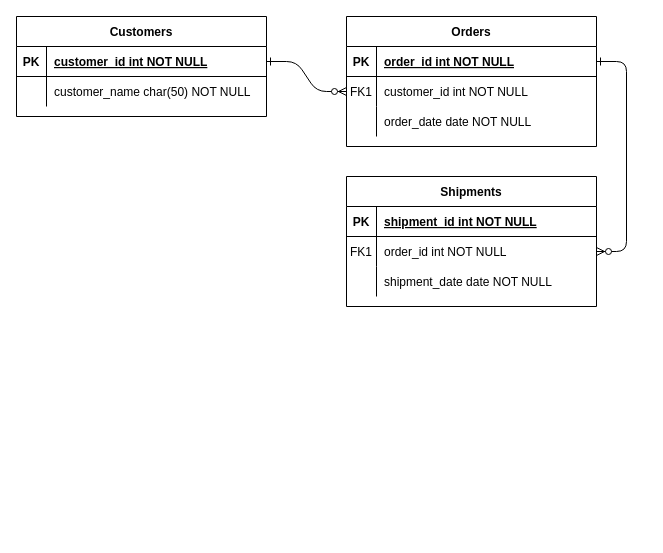
Before: Teacher-app/Untitled Diagram.drawio in NormalikaShandi/IF215007-IF215008, a draw.io diagram. Source tidied: cells renumbered, new cells numbered last; positions are measured from the earlier drawing's top-left corner, leaving out a move shared by most shapes. Both pictures are drawn from the tidied source at 100%, with x=0, y=0 at pixel (16, 16).
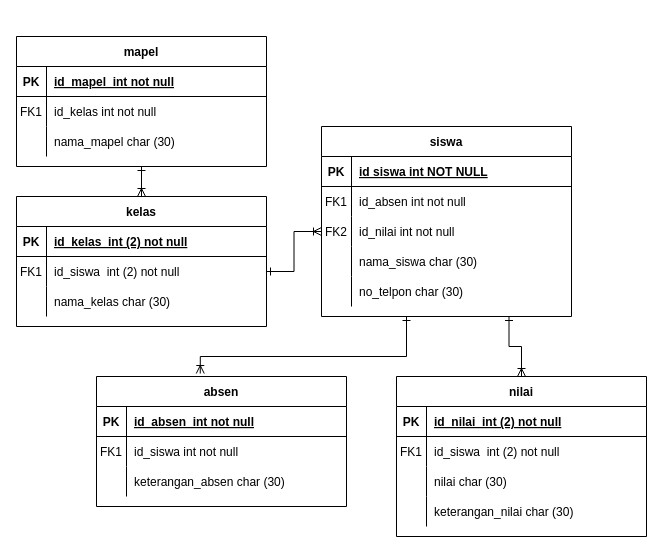
Above is the later version.

The change refers to these unchanged cells:
```xml
<mxCell id="5" style="shape=partialRectangle;fillColor=none;points=[[0,0.5],[1,0.5]];portConstraint=eastwest;top=0;left=0;right=0;bottom=1;" parent="4" vertex="1">
  <mxGeometry y="30" width="250" height="30" as="geometry" />
</mxCell>
<mxCell id="8" style="shape=partialRectangle;fillColor=none;points=[[0,0.5],[1,0.5]];portConstraint=eastwest;top=0;left=0;right=0;bottom=0;" parent="4" vertex="1">
  <mxGeometry y="60" width="250" height="30" as="geometry" />
</mxCell>
<mxCell id="11" style="shape=partialRectangle;fillColor=none;points=[[0,0.5],[1,0.5]];portConstraint=eastwest;top=0;left=0;right=0;bottom=0;" parent="4" vertex="1">
  <mxGeometry y="90" width="250" height="30" as="geometry" />
</mxCell>
<mxCell id="25" style="shape=partialRectangle;fillColor=none;points=[[0,0.5],[1,0.5]];portConstraint=eastwest;top=0;left=0;right=0;bottom=1;" parent="24" vertex="1">
  <mxGeometry y="30" width="250" height="30" as="geometry" />
</mxCell>
<mxCell id="28" style="shape=partialRectangle;fillColor=none;top=0;left=0;right=0;bottom=0;" parent="24" vertex="1">
  <mxGeometry y="60" width="250" height="30" as="geometry" />
</mxCell>
```

The edit, as a diff of the source:
```diff
@@
-    <mxCell id="2" style="edgeStyle=entityRelationEdgeStyle;endArrow=ERzeroToMany;startArrow=ERone;endFill=1;startFill=0;" parent="1" edge="1" source="25" target="8">
-      <mxGeometry relative="1" as="geometry" />
-    </mxCell>
-    <mxCell id="3" style="edgeStyle=entityRelationEdgeStyle;endArrow=ERzeroToMany;startArrow=ERone;endFill=1;startFill=0;" parent="1" edge="1" source="5" target="18">
-      <mxGeometry relative="1" as="geometry" />
-    </mxCell>
+    <mxCell id="31" style="edgeStyle=orthogonalEdgeStyle;rounded=0;jettySize=auto;html=1;exitX=0.75;exitY=1;exitDx=0;exitDy=0;entryX=0.5;entryY=0;entryDx=0;entryDy=0;startArrow=ERone;startFill=0;endArrow=ERoneToMany;endFill=0;" parent="1" edge="1" source="4" target="63">
+      <mxGeometry relative="1" as="geometry" />
+    </mxCell>
-    <mxCell id="4" value="Orders" style="shape=table;startSize=30;childLayout=tableLayout;rowLines=0;fontStyle=1;align=center;" parent="1" vertex="1">
-      <mxGeometry x="330" width="250" height="130" as="geometry" />
+    <mxCell id="4" value="siswa" style="shape=table;startSize=30;childLayout=tableLayout;rowLines=0;fontStyle=1;align=center;" parent="1" vertex="1">
+      <mxGeometry x="305" y="110" width="250" height="190" as="geometry" />
     </mxCell>
@@
-    <mxCell id="7" value="order_id int NOT NULL " style="shape=partialRectangle;overflow=hidden;fillColor=none;top=0;left=0;bottom=0;right=0;align=left;spacingLeft=6;fontStyle=5;" parent="5" vertex="1">
+    <mxCell id="7" value="id siswa int NOT NULL " style="shape=partialRectangle;overflow=hidden;fillColor=none;top=0;left=0;bottom=0;right=0;align=left;spacingLeft=6;fontStyle=5;" parent="5" vertex="1">
       <mxGeometry x="30" width="220" height="30" as="geometry" />
     </mxCell>
@@
-    <mxCell id="10" value="customer_id int NOT NULL" style="shape=partialRectangle;overflow=hidden;fillColor=none;top=0;left=0;bottom=0;right=0;align=left;spacingLeft=6;" parent="8" vertex="1">
+    <mxCell id="10" value="id_absen int not null" style="shape=partialRectangle;overflow=hidden;fillColor=none;top=0;left=0;bottom=0;right=0;align=left;spacingLeft=6;" parent="8" vertex="1">
       <mxGeometry x="30" width="220" height="30" as="geometry" />
     </mxCell>
@@
-    <mxCell id="12" style="shape=partialRectangle;overflow=hidden;fillColor=none;top=0;left=0;bottom=0;right=0;" parent="11" vertex="1">
+    <mxCell id="12" value="FK2" style="shape=partialRectangle;overflow=hidden;fillColor=none;top=0;left=0;bottom=0;right=0;" parent="11" vertex="1">
       <mxGeometry width="30" height="30" as="geometry" />
     </mxCell>
-    <mxCell id="13" value="order_date date NOT NULL" style="shape=partialRectangle;overflow=hidden;fillColor=none;top=0;left=0;bottom=0;right=0;align=left;spacingLeft=6;" parent="11" vertex="1">
+    <mxCell id="13" value="id_nilai int not null" style="shape=partialRectangle;overflow=hidden;fillColor=none;top=0;left=0;bottom=0;right=0;align=left;spacingLeft=6;" parent="11" vertex="1">
       <mxGeometry x="30" width="220" height="30" as="geometry" />
     </mxCell>
-    <mxCell id="14" value="Shipments" style="shape=table;startSize=30;childLayout=tableLayout;rowLines=0;fontStyle=1;align=center;" parent="1" vertex="1">
-      <mxGeometry x="330" y="160" width="250" height="130" as="geometry" />
-    </mxCell>
-    <mxCell id="15" style="shape=partialRectangle;fillColor=none;top=0;left=0;right=0;bottom=1;" parent="14" vertex="1">
-      <mxGeometry y="30" width="250" height="30" as="geometry" />
-    </mxCell>
-    <mxCell id="16" value="PK" style="shape=partialRectangle;overflow=hidden;fillColor=none;top=0;left=0;bottom=0;right=0;fontStyle=1;" parent="15" vertex="1">
-      <mxGeometry width="30" height="30" as="geometry" />
-    </mxCell>
-    <mxCell id="17" value="shipment_id int NOT NULL " style="shape=partialRectangle;overflow=hidden;fillColor=none;top=0;left=0;bottom=0;right=0;align=left;spacingLeft=6;fontStyle=5;" parent="15" vertex="1">
-      <mxGeometry x="30" width="220" height="30" as="geometry" />
-    </mxCell>
-    <mxCell id="18" style="shape=partialRectangle;fillColor=none;points=[[0,0.5],[1,0.5]];portConstraint=eastwest;top=0;left=0;right=0;bottom=0;" parent="14" vertex="1">
-      <mxGeometry y="60" width="250" height="30" as="geometry" />
-    </mxCell>
-    <mxCell id="19" value="FK1" style="shape=partialRectangle;overflow=hidden;fillColor=none;top=0;left=0;bottom=0;right=0;" parent="18" vertex="1">
-      <mxGeometry width="30" height="30" as="geometry" />
-    </mxCell>
-    <mxCell id="20" value="order_id int NOT NULL" style="shape=partialRectangle;overflow=hidden;fillColor=none;top=0;left=0;bottom=0;right=0;align=left;spacingLeft=6;" parent="18" vertex="1">
-      <mxGeometry x="30" width="220" height="30" as="geometry" />
-    </mxCell>
-    <mxCell id="21" style="shape=partialRectangle;fillColor=none;top=0;left=0;right=0;bottom=0;" parent="14" vertex="1">
-      <mxGeometry y="90" width="250" height="30" as="geometry" />
-    </mxCell>
-    <mxCell id="22" style="shape=partialRectangle;overflow=hidden;fillColor=none;top=0;left=0;bottom=0;right=0;" parent="21" vertex="1">
-      <mxGeometry width="30" height="30" as="geometry" />
-    </mxCell>
-    <mxCell id="23" value="shipment_date date NOT NULL" style="shape=partialRectangle;overflow=hidden;fillColor=none;top=0;left=0;bottom=0;right=0;align=left;spacingLeft=6;" parent="21" vertex="1">
-      <mxGeometry x="30" width="220" height="30" as="geometry" />
-    </mxCell>
+    <mxCell id="32" style="shape=partialRectangle;fillColor=none;top=0;left=0;right=0;bottom=0;" parent="4" vertex="1">
+      <mxGeometry y="120" width="250" height="30" as="geometry" />
+    </mxCell>
+    <mxCell id="33" style="shape=partialRectangle;overflow=hidden;fillColor=none;top=0;left=0;bottom=0;right=0;" parent="32" vertex="1">
+      <mxGeometry width="30" height="30" as="geometry" />
+    </mxCell>
+    <mxCell id="34" value="nama_siswa char (30)" style="shape=partialRectangle;overflow=hidden;fillColor=none;top=0;left=0;bottom=0;right=0;align=left;spacingLeft=6;" parent="32" vertex="1">
+      <mxGeometry x="30" width="220" height="30" as="geometry" />
+    </mxCell>
+    <mxCell id="35" style="shape=partialRectangle;fillColor=none;top=0;left=0;right=0;bottom=0;" parent="4" vertex="1">
+      <mxGeometry y="150" width="250" height="30" as="geometry" />
+    </mxCell>
+    <mxCell id="36" style="shape=partialRectangle;overflow=hidden;fillColor=none;top=0;left=0;bottom=0;right=0;" parent="35" vertex="1">
+      <mxGeometry width="30" height="30" as="geometry" />
+    </mxCell>
+    <mxCell id="37" value="no_telpon char (30)" style="shape=partialRectangle;overflow=hidden;fillColor=none;top=0;left=0;bottom=0;right=0;align=left;spacingLeft=6;" parent="35" vertex="1">
+      <mxGeometry x="30" width="220" height="30" as="geometry" />
+    </mxCell>
+    <mxCell id="38" style="edgeStyle=orthogonalEdgeStyle;rounded=0;jettySize=auto;html=1;endArrow=ERoneToMany;endFill=0;startArrow=ERone;startFill=0;" parent="1" edge="1" source="24" target="42">
+      <mxGeometry relative="1" as="geometry" />
+    </mxCell>
-    <mxCell id="24" value="Customers" style="shape=table;startSize=30;childLayout=tableLayout;rowLines=0;fontStyle=1;align=center;" parent="1" vertex="1">
-      <mxGeometry width="250" height="100" as="geometry" />
+    <mxCell id="24" value="mapel" style="shape=table;startSize=30;childLayout=tableLayout;rowLines=0;fontStyle=1;align=center;" parent="1" vertex="1">
+      <mxGeometry y="20" width="250" height="130" as="geometry" />
     </mxCell>
@@
-    <mxCell id="27" value="customer_id int NOT NULL " style="shape=partialRectangle;overflow=hidden;fillColor=none;top=0;left=0;bottom=0;right=0;align=left;spacingLeft=6;fontStyle=5;" parent="25" vertex="1">
+    <mxCell id="27" value="id_mapel  int not null" style="shape=partialRectangle;overflow=hidden;fillColor=none;top=0;left=0;bottom=0;right=0;align=left;spacingLeft=6;fontStyle=5;" parent="25" vertex="1">
       <mxGeometry x="30" width="220" height="30" as="geometry" />
     </mxCell>
@@
-    <mxCell id="29" style="shape=partialRectangle;overflow=hidden;fillColor=none;top=0;left=0;bottom=0;right=0;" parent="28" vertex="1">
+    <mxCell id="29" value="FK1" style="shape=partialRectangle;overflow=hidden;fillColor=none;top=0;left=0;bottom=0;right=0;" parent="28" vertex="1">
       <mxGeometry width="30" height="30" as="geometry" />
     </mxCell>
-    <mxCell id="30" value="customer_name char(50) NOT NULL" style="shape=partialRectangle;overflow=hidden;fillColor=none;top=0;left=0;bottom=0;right=0;align=left;spacingLeft=6;" parent="28" vertex="1">
+    <mxCell id="30" value="id_kelas int not null" style="shape=partialRectangle;overflow=hidden;fillColor=none;top=0;left=0;bottom=0;right=0;align=left;spacingLeft=6;" parent="28" vertex="1">
       <mxGeometry x="30" width="220" height="30" as="geometry" />
     </mxCell>
+    <mxCell id="39" style="shape=partialRectangle;fillColor=none;top=0;left=0;right=0;bottom=0;" parent="24" vertex="1">
+      <mxGeometry y="90" width="250" height="30" as="geometry" />
+    </mxCell>
+    <mxCell id="40" style="shape=partialRectangle;overflow=hidden;fillColor=none;top=0;left=0;bottom=0;right=0;" parent="39" vertex="1">
+      <mxGeometry width="30" height="30" as="geometry" />
+    </mxCell>
+    <mxCell id="41" value="nama_mapel char (30)" style="shape=partialRectangle;overflow=hidden;fillColor=none;top=0;left=0;bottom=0;right=0;align=left;spacingLeft=6;" parent="39" vertex="1">
+      <mxGeometry x="30" width="220" height="30" as="geometry" />
+    </mxCell>
+    <mxCell id="42" value="kelas" style="shape=table;startSize=30;childLayout=tableLayout;rowLines=0;fontStyle=1;align=center;" parent="1" vertex="1">
+      <mxGeometry y="180" width="250" height="130" as="geometry" />
+    </mxCell>
+    <mxCell id="43" style="shape=partialRectangle;fillColor=none;top=0;left=0;right=0;bottom=1;" parent="42" vertex="1">
+      <mxGeometry y="30" width="250" height="30" as="geometry" />
+    </mxCell>
+    <mxCell id="44" value="PK" style="shape=partialRectangle;overflow=hidden;fillColor=none;top=0;left=0;bottom=0;right=0;fontStyle=1;" parent="43" vertex="1">
+      <mxGeometry width="30" height="30" as="geometry" />
+    </mxCell>
+    <mxCell id="45" value="id_kelas  int (2) not null" style="shape=partialRectangle;overflow=hidden;fillColor=none;top=0;left=0;bottom=0;right=0;align=left;spacingLeft=6;fontStyle=5;" parent="43" vertex="1">
+      <mxGeometry x="30" width="220" height="30" as="geometry" />
+    </mxCell>
+    <mxCell id="46" style="shape=partialRectangle;fillColor=none;points=[[0,0.5],[1,0.5]];portConstraint=eastwest;top=0;left=0;right=0;bottom=0;" parent="42" vertex="1">
+      <mxGeometry y="60" width="250" height="30" as="geometry" />
+    </mxCell>
+    <mxCell id="47" value="FK1" style="shape=partialRectangle;overflow=hidden;fillColor=none;top=0;left=0;bottom=0;right=0;" parent="46" vertex="1">
+      <mxGeometry width="30" height="30" as="geometry" />
+    </mxCell>
+    <mxCell id="48" value="id_siswa  int (2) not null" style="shape=partialRectangle;overflow=hidden;fillColor=none;top=0;left=0;bottom=0;right=0;align=left;spacingLeft=6;" parent="46" vertex="1">
+      <mxGeometry x="30" width="220" height="30" as="geometry" />
+    </mxCell>
+    <mxCell id="49" style="shape=partialRectangle;fillColor=none;top=0;left=0;right=0;bottom=0;" parent="42" vertex="1">
+      <mxGeometry y="90" width="250" height="30" as="geometry" />
+    </mxCell>
+    <mxCell id="50" style="shape=partialRectangle;overflow=hidden;fillColor=none;top=0;left=0;bottom=0;right=0;" parent="49" vertex="1">
+      <mxGeometry width="30" height="30" as="geometry" />
+    </mxCell>
+    <mxCell id="51" value="nama_kelas char (30)" style="shape=partialRectangle;overflow=hidden;fillColor=none;top=0;left=0;bottom=0;right=0;align=left;spacingLeft=6;" parent="49" vertex="1">
+      <mxGeometry x="30" width="220" height="30" as="geometry" />
+    </mxCell>
+    <mxCell id="52" style="edgeStyle=orthogonalEdgeStyle;rounded=0;jettySize=auto;html=1;startArrow=ERone;startFill=0;endArrow=ERoneToMany;endFill=0;entryX=0.415;entryY=-0.023;entryDx=0;entryDy=0;entryPerimeter=0;" parent="1" edge="1" target="53">
+      <mxGeometry relative="1" as="geometry">
+        <mxPoint x="390" y="300" as="sourcePoint" />
+        <Array as="points">
+          <mxPoint x="390" y="340" />
+          <mxPoint x="184" y="340" />
+        </Array>
+      </mxGeometry>
+    </mxCell>
+    <mxCell id="53" value="absen" style="shape=table;startSize=30;childLayout=tableLayout;rowLines=0;fontStyle=1;align=center;" parent="1" vertex="1">
+      <mxGeometry x="80" y="360" width="250" height="130" as="geometry" />
+    </mxCell>
+    <mxCell id="54" style="shape=partialRectangle;fillColor=none;top=0;left=0;right=0;bottom=1;" parent="53" vertex="1">
+      <mxGeometry y="30" width="250" height="30" as="geometry" />
+    </mxCell>
+    <mxCell id="55" value="PK" style="shape=partialRectangle;overflow=hidden;fillColor=none;top=0;left=0;bottom=0;right=0;fontStyle=1;" parent="54" vertex="1">
+      <mxGeometry width="30" height="30" as="geometry" />
+    </mxCell>
+    <mxCell id="56" value="id_absen  int not null" style="shape=partialRectangle;overflow=hidden;fillColor=none;top=0;left=0;bottom=0;right=0;align=left;spacingLeft=6;fontStyle=5;" parent="54" vertex="1">
+      <mxGeometry x="30" width="220" height="30" as="geometry" />
+    </mxCell>
+    <mxCell id="57" style="shape=partialRectangle;fillColor=none;top=0;left=0;right=0;bottom=0;" parent="53" vertex="1">
+      <mxGeometry y="60" width="250" height="30" as="geometry" />
+    </mxCell>
+    <mxCell id="58" value="FK1" style="shape=partialRectangle;overflow=hidden;fillColor=none;top=0;left=0;bottom=0;right=0;" parent="57" vertex="1">
+      <mxGeometry width="30" height="30" as="geometry" />
+    </mxCell>
+    <mxCell id="59" value="id_siswa int not null" style="shape=partialRectangle;overflow=hidden;fillColor=none;top=0;left=0;bottom=0;right=0;align=left;spacingLeft=6;" parent="57" vertex="1">
+      <mxGeometry x="30" width="220" height="30" as="geometry" />
+    </mxCell>
+    <mxCell id="60" style="shape=partialRectangle;fillColor=none;top=0;left=0;right=0;bottom=0;" parent="53" vertex="1">
+      <mxGeometry y="90" width="250" height="30" as="geometry" />
+    </mxCell>
+    <mxCell id="61" style="shape=partialRectangle;overflow=hidden;fillColor=none;top=0;left=0;bottom=0;right=0;" parent="60" vertex="1">
+      <mxGeometry width="30" height="30" as="geometry" />
+    </mxCell>
+    <mxCell id="62" value="keterangan_absen char (30)" style="shape=partialRectangle;overflow=hidden;fillColor=none;top=0;left=0;bottom=0;right=0;align=left;spacingLeft=6;" parent="60" vertex="1">
+      <mxGeometry x="30" width="220" height="30" as="geometry" />
+    </mxCell>
+    <mxCell id="63" value="nilai" style="shape=table;startSize=30;childLayout=tableLayout;rowLines=0;fontStyle=1;align=center;" parent="1" vertex="1">
+      <mxGeometry x="380" y="360" width="250" height="160" as="geometry" />
+    </mxCell>
+    <mxCell id="64" style="shape=partialRectangle;fillColor=none;top=0;left=0;right=0;bottom=1;" parent="63" vertex="1">
+      <mxGeometry y="30" width="250" height="30" as="geometry" />
+    </mxCell>
+    <mxCell id="65" value="PK" style="shape=partialRectangle;overflow=hidden;fillColor=none;top=0;left=0;bottom=0;right=0;fontStyle=1;" parent="64" vertex="1">
+      <mxGeometry width="30" height="30" as="geometry" />
+    </mxCell>
+    <mxCell id="66" value="id_nilai  int (2) not null" style="shape=partialRectangle;overflow=hidden;fillColor=none;top=0;left=0;bottom=0;right=0;align=left;spacingLeft=6;fontStyle=5;" parent="64" vertex="1">
+      <mxGeometry x="30" width="220" height="30" as="geometry" />
+    </mxCell>
+    <mxCell id="67" style="shape=partialRectangle;fillColor=none;top=0;left=0;right=0;bottom=0;" parent="63" vertex="1">
+      <mxGeometry y="60" width="250" height="30" as="geometry" />
+    </mxCell>
+    <mxCell id="68" value="FK1" style="shape=partialRectangle;overflow=hidden;fillColor=none;top=0;left=0;bottom=0;right=0;" parent="67" vertex="1">
+      <mxGeometry width="30" height="30" as="geometry" />
+    </mxCell>
+    <mxCell id="69" value="id_siswa  int (2) not null" style="shape=partialRectangle;overflow=hidden;fillColor=none;top=0;left=0;bottom=0;right=0;align=left;spacingLeft=6;" parent="67" vertex="1">
+      <mxGeometry x="30" width="220" height="30" as="geometry" />
+    </mxCell>
+    <mxCell id="70" style="shape=partialRectangle;fillColor=none;top=0;left=0;right=0;bottom=0;" parent="63" vertex="1">
+      <mxGeometry y="90" width="250" height="30" as="geometry" />
+    </mxCell>
+    <mxCell id="71" style="shape=partialRectangle;overflow=hidden;fillColor=none;top=0;left=0;bottom=0;right=0;" parent="70" vertex="1">
+      <mxGeometry width="30" height="30" as="geometry" />
+    </mxCell>
+    <mxCell id="72" value="nilai char (30)" style="shape=partialRectangle;overflow=hidden;fillColor=none;top=0;left=0;bottom=0;right=0;align=left;spacingLeft=6;" parent="70" vertex="1">
+      <mxGeometry x="30" width="220" height="30" as="geometry" />
+    </mxCell>
+    <mxCell id="73" style="shape=partialRectangle;fillColor=none;top=0;left=0;right=0;bottom=0;" parent="63" vertex="1">
+      <mxGeometry y="120" width="250" height="30" as="geometry" />
+    </mxCell>
+    <mxCell id="74" style="shape=partialRectangle;overflow=hidden;fillColor=none;top=0;left=0;bottom=0;right=0;" parent="73" vertex="1">
+      <mxGeometry width="30" height="30" as="geometry" />
+    </mxCell>
+    <mxCell id="75" value="keterangan_nilai char (30)" style="shape=partialRectangle;overflow=hidden;fillColor=none;top=0;left=0;bottom=0;right=0;align=left;spacingLeft=6;" parent="73" vertex="1">
+      <mxGeometry x="30" width="220" height="30" as="geometry" />
+    </mxCell>
+    <mxCell id="76" style="edgeStyle=orthogonalEdgeStyle;rounded=0;jettySize=auto;html=1;exitX=1;exitY=0.5;exitDx=0;exitDy=0;entryX=0;entryY=0.5;entryDx=0;entryDy=0;startArrow=ERone;startFill=0;endArrow=ERoneToMany;endFill=0;" parent="1" edge="1" source="46" target="11">
+      <mxGeometry relative="1" as="geometry" />
+    </mxCell>
```
